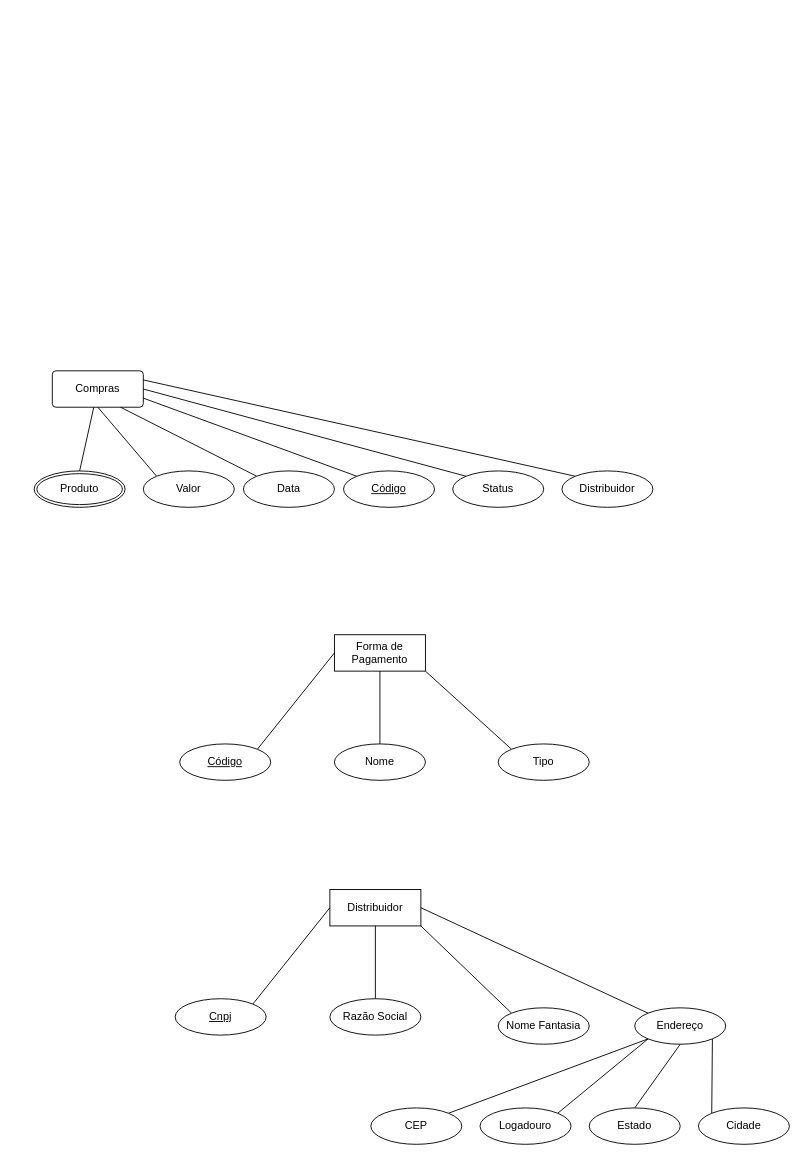
Before: Banco_Dados/Mer/Mer_Devaria.Drawio in victor-augusto-da-silva/Devaria, a draw.io diagram. Source tidied: cells renumbered, new cells numbered last; positions are measured from the earlier drawing's top-left corner, leaving out a move shared by most shapes. Both pictures are drawn from the tidied source at 91%, with x=0, y=0 at pixel (34, 370).
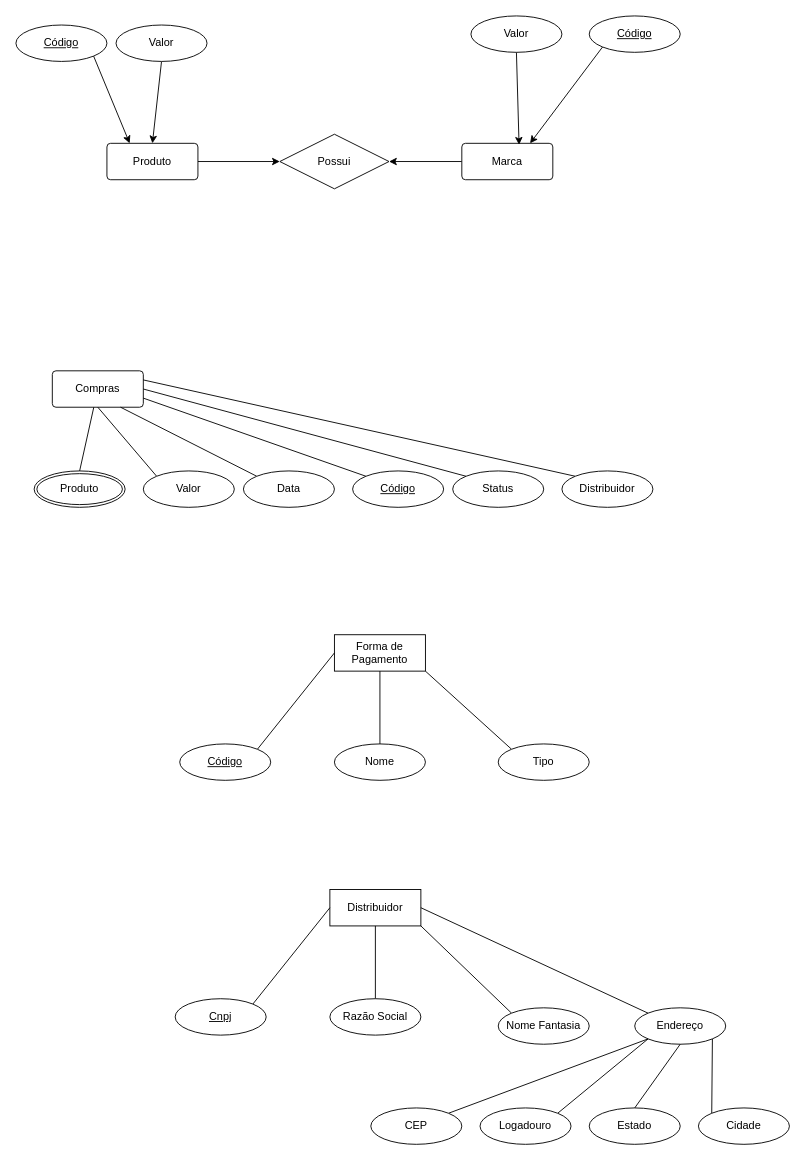
After the change.

What changed in the source:
```diff
@@
     <mxCell id="34" value="Código" style="ellipse;whiteSpace=wrap;html=1;align=center;fontStyle=4;" parent="1" vertex="1">
-      <mxGeometry x="340" y="110" width="100" height="40" as="geometry" />
+      <mxGeometry x="350" y="110" width="100" height="40" as="geometry" />
     </mxCell>
@@
+    <mxCell id="39" style="edgeStyle=none;html=1;" parent="1" edge="1" source="40" target="41">
+      <mxGeometry relative="1" as="geometry" />
+    </mxCell>
+    <mxCell id="40" value="Produto" style="rounded=1;arcSize=10;whiteSpace=wrap;html=1;align=center;" parent="1" vertex="1">
+      <mxGeometry x="80" y="-250" width="100" height="40" as="geometry" />
+    </mxCell>
+    <mxCell id="41" value="Possui" style="shape=rhombus;perimeter=rhombusPerimeter;whiteSpace=wrap;html=1;align=center;" parent="1" vertex="1">
+      <mxGeometry x="270" y="-260" width="120" height="60" as="geometry" />
+    </mxCell>
+    <mxCell id="42" style="edgeStyle=none;html=1;" parent="1" edge="1" source="43" target="41">
+      <mxGeometry relative="1" as="geometry" />
+    </mxCell>
+    <mxCell id="43" value="Marca&lt;br&gt;" style="rounded=1;arcSize=10;whiteSpace=wrap;html=1;align=center;" parent="1" vertex="1">
+      <mxGeometry x="470" y="-250" width="100" height="40" as="geometry" />
+    </mxCell>
+    <mxCell id="44" style="edgeStyle=none;html=1;exitX=0.5;exitY=1;exitDx=0;exitDy=0;entryX=0.5;entryY=0;entryDx=0;entryDy=0;" parent="1" edge="1" source="45" target="40">
+      <mxGeometry relative="1" as="geometry" />
+    </mxCell>
+    <mxCell id="45" value="Valor" style="ellipse;whiteSpace=wrap;html=1;align=center;" parent="1" vertex="1">
+      <mxGeometry x="90" y="-380" width="100" height="40" as="geometry" />
+    </mxCell>
+    <mxCell id="46" style="edgeStyle=none;html=1;exitX=0.5;exitY=1;exitDx=0;exitDy=0;entryX=0.629;entryY=0.039;entryDx=0;entryDy=0;entryPerimeter=0;" parent="1" edge="1" source="47" target="43">
+      <mxGeometry relative="1" as="geometry" />
+    </mxCell>
+    <mxCell id="47" value="Valor" style="ellipse;whiteSpace=wrap;html=1;align=center;" parent="1" vertex="1">
+      <mxGeometry x="480" y="-390" width="100" height="40" as="geometry" />
+    </mxCell>
+    <mxCell id="48" style="edgeStyle=none;html=1;exitX=1;exitY=1;exitDx=0;exitDy=0;entryX=0.25;entryY=0;entryDx=0;entryDy=0;" parent="1" edge="1" source="49" target="40">
+      <mxGeometry relative="1" as="geometry" />
+    </mxCell>
+    <mxCell id="49" value="Código" style="ellipse;whiteSpace=wrap;html=1;align=center;fontStyle=4;" parent="1" vertex="1">
+      <mxGeometry x="-20" y="-380" width="100" height="40" as="geometry" />
+    </mxCell>
+    <mxCell id="50" style="edgeStyle=none;html=1;exitX=0;exitY=1;exitDx=0;exitDy=0;entryX=0.75;entryY=0;entryDx=0;entryDy=0;" parent="1" edge="1" source="51" target="43">
+      <mxGeometry relative="1" as="geometry" />
+    </mxCell>
+    <mxCell id="51" value="Código" style="ellipse;whiteSpace=wrap;html=1;align=center;fontStyle=4;" parent="1" vertex="1">
+      <mxGeometry x="610" y="-390" width="100" height="40" as="geometry" />
+    </mxCell>
```
